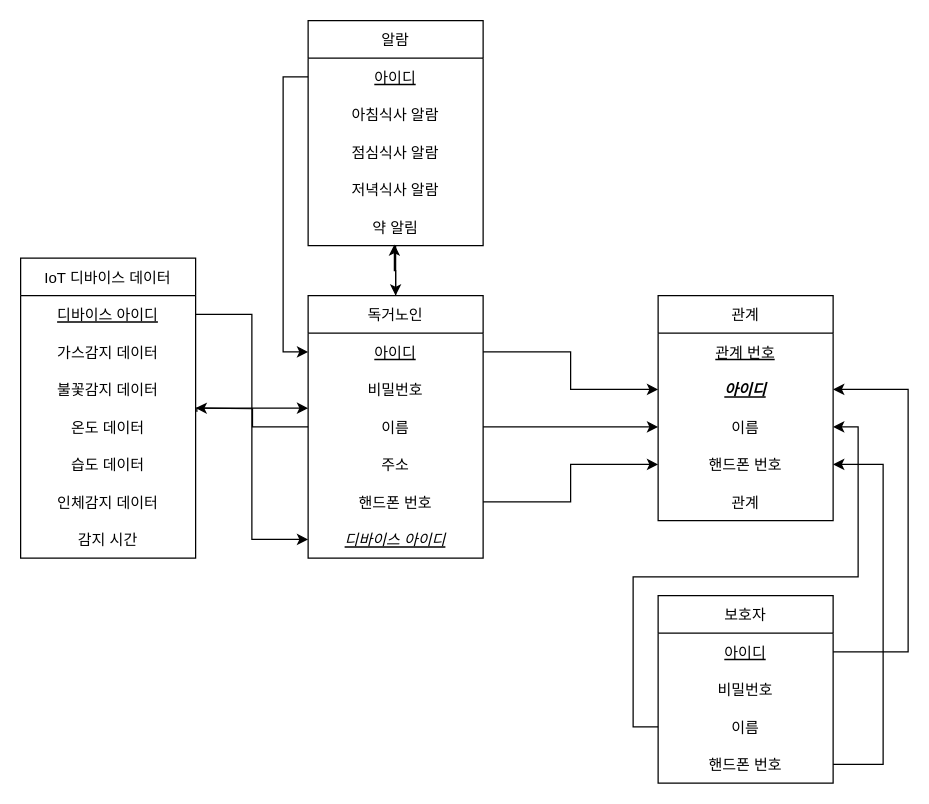
obob1313/draw.io keeps this draw.io diagram as Untitled Diagram.drawio. Above is the earlier version. Source tidied: cells renumbered, new cells numbered last; positions are measured from the earlier drawing's top-left corner, leaving out a move shared by most shapes. Both pictures are drawn from the tidied source at 125%, with x=0, y=0 at pixel (20, 20).
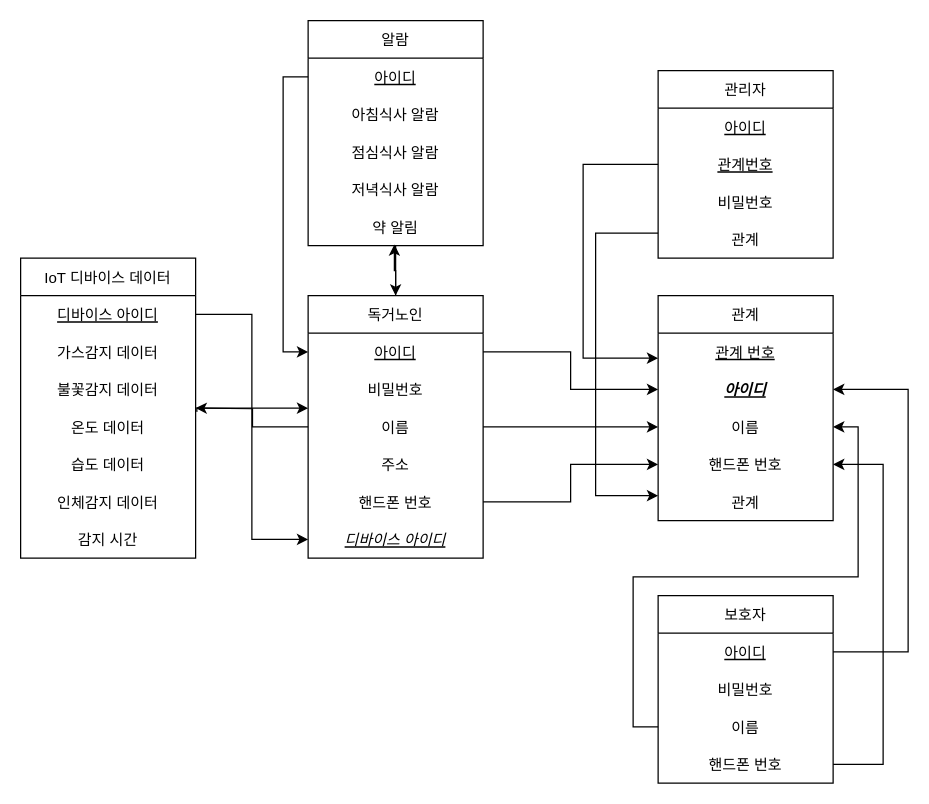
After the change.

Commit message:
Capston_ER_Diagram.drawio_update

The change refers to these unchanged cells:
```xml
<mxCell id="30" value="관계 번호" style="text;strokeColor=none;fillColor=none;align=center;verticalAlign=middle;spacingLeft=4;spacingRight=4;overflow=hidden;points=[[0,0.5],[1,0.5]];portConstraint=eastwest;fontStyle=4;" parent="29" vertex="1">
  <mxGeometry y="30" width="140" height="30" as="geometry" />
</mxCell>
```

Diff of the diagram source:
```diff
@@
+    <mxCell id="46" value="관리자" style="swimlane;fontStyle=0;horizontal=1;startSize=30;" parent="1" vertex="1">
+      <mxGeometry x="510" y="40" width="140" height="150" as="geometry" />
+    </mxCell>
+    <mxCell id="47" value="아이디" style="text;strokeColor=none;fillColor=none;align=center;verticalAlign=middle;spacingLeft=4;spacingRight=4;overflow=hidden;fontStyle=4;" parent="46" vertex="1">
+      <mxGeometry y="30" width="140" height="30" as="geometry" />
+    </mxCell>
+    <mxCell id="48" value="관계번호" style="text;strokeColor=none;fillColor=none;align=center;verticalAlign=middle;spacingLeft=4;spacingRight=4;overflow=hidden;points=[[0,0.5],[1,0.5]];portConstraint=eastwest;fontStyle=4;" parent="46" vertex="1">
+      <mxGeometry y="60" width="140" height="30" as="geometry" />
+    </mxCell>
+    <mxCell id="49" value="비밀번호" style="text;strokeColor=none;fillColor=none;align=center;verticalAlign=middle;spacingLeft=4;spacingRight=4;overflow=hidden;" parent="46" vertex="1">
+      <mxGeometry y="90" width="140" height="30" as="geometry" />
+    </mxCell>
+    <mxCell id="50" value="관계" style="text;strokeColor=none;fillColor=none;align=center;verticalAlign=middle;spacingLeft=4;spacingRight=4;overflow=hidden;" parent="46" vertex="1">
+      <mxGeometry y="120" width="140" height="30" as="geometry" />
+    </mxCell>
+    <mxCell id="51" style="edgeStyle=orthogonalEdgeStyle;rounded=0;jettySize=auto;html=1;exitX=0;exitY=0.5;exitDx=0;exitDy=0;entryX=0;entryY=0.667;entryDx=0;entryDy=0;entryPerimeter=0;" parent="1" edge="1" source="48" target="30">
+      <mxGeometry relative="1" as="geometry">
+        <Array as="points">
+          <mxPoint x="450" y="115" />
+          <mxPoint x="450" y="270" />
+        </Array>
+      </mxGeometry>
+    </mxCell>
+    <mxCell id="52" style="edgeStyle=orthogonalEdgeStyle;rounded=0;orthogonalLoop=1;jettySize=auto;html=1;exitX=0;exitY=0.5;exitDx=0;exitDy=0;" parent="1" edge="1">
+      <mxGeometry relative="1" as="geometry">
+        <mxPoint x="510" y="170" as="sourcePoint" />
+        <mxPoint x="510" y="380" as="targetPoint" />
+        <Array as="points">
+          <mxPoint x="460" y="170" />
+          <mxPoint x="460" y="380" />
+        </Array>
+      </mxGeometry>
+    </mxCell>
```
